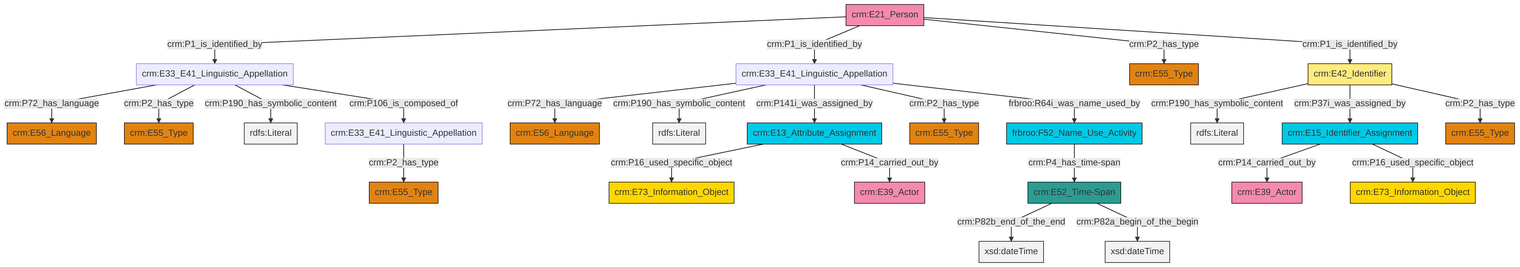
The Mermaid diagram et/personCSV/ttl/mmd/png/Person_Names_and_Classification.png in swiss-art-research-net/reference-data-models, before a commit. Its source is kept beside it as et/personCSV/ttl/mmd/Person_Names_and_Classification.ttl.mmd.
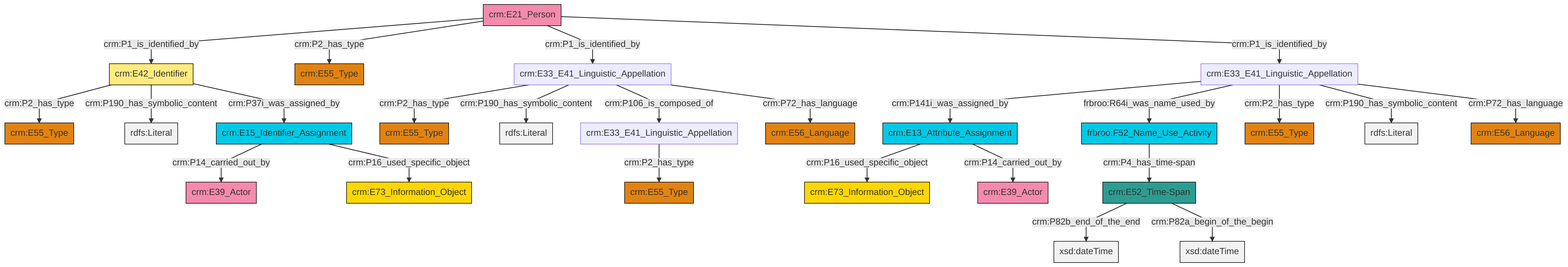
Later version of the same file.

Change to the diagram source:
```diff
@@ -13,27 +13,27 @@
 classDef PC_Classes fill:#4ce600, stroke:#000000;
 classDef Multi fill:#cccccc,stroke:#000000;
 
-0["crm:E33_E41_Linguistic_Appellation"]:::Default -->|crm:P72_has_language| 1["crm:E56_Language"]:::Type
-2["crm:E21_Person"]:::Actor -->|crm:P1_is_identified_by| 0["crm:E33_E41_Linguistic_Appellation"]:::Default
-3["crm:E33_E41_Linguistic_Appellation"]:::Default -->|crm:P2_has_type| 4["crm:E55_Type"]:::Type
-5["crm:E52_Time-Span"]:::Time-Span -->|crm:P82b_end_of_the_end| 6[xsd:dateTime]:::Literal
-2["crm:E21_Person"]:::Actor -->|crm:P1_is_identified_by| 8["crm:E33_E41_Linguistic_Appellation"]:::Default
-9["crm:E13_Attribute_Assignment"]:::Temporal_Entity -->|crm:P16_used_specific_object| 10["crm:E73_Information_Object"]:::Conceptual_Object
-0["crm:E33_E41_Linguistic_Appellation"]:::Default -->|crm:P2_has_type| 13["crm:E55_Type"]:::Type
-9["crm:E13_Attribute_Assignment"]:::Temporal_Entity -->|crm:P14_carried_out_by| 14["crm:E39_Actor"]:::Actor
-0["crm:E33_E41_Linguistic_Appellation"]:::Default -->|crm:P190_has_symbolic_content| 19[rdfs:Literal]:::Literal
-20["crm:E15_Identifier_Assignment"]:::Temporal_Entity -->|crm:P14_carried_out_by| 21["crm:E39_Actor"]:::Actor
-22["crm:E42_Identifier"]:::Appellation -->|crm:P190_has_symbolic_content| 23[rdfs:Literal]:::Literal
-0["crm:E33_E41_Linguistic_Appellation"]:::Default -->|crm:P106_is_composed_of| 3["crm:E33_E41_Linguistic_Appellation"]:::Default
-8["crm:E33_E41_Linguistic_Appellation"]:::Default -->|crm:P72_has_language| 27["crm:E56_Language"]:::Type
-8["crm:E33_E41_Linguistic_Appellation"]:::Default -->|crm:P190_has_symbolic_content| 29[rdfs:Literal]:::Literal
-22["crm:E42_Identifier"]:::Appellation -->|crm:P37i_was_assigned_by| 20["crm:E15_Identifier_Assignment"]:::Temporal_Entity
-2["crm:E21_Person"]:::Actor -->|crm:P2_has_type| 11["crm:E55_Type"]:::Type
-8["crm:E33_E41_Linguistic_Appellation"]:::Default -->|crm:P141i_was_assigned_by| 9["crm:E13_Attribute_Assignment"]:::Temporal_Entity
-2["crm:E21_Person"]:::Actor -->|crm:P1_is_identified_by| 22["crm:E42_Identifier"]:::Appellation
-8["crm:E33_E41_Linguistic_Appellation"]:::Default -->|crm:P2_has_type| 33["crm:E55_Type"]:::Type
-22["crm:E42_Identifier"]:::Appellation -->|crm:P2_has_type| 35["crm:E55_Type"]:::Type
-17["frbroo:F52_Name_Use_Activity"]:::Temporal_Entity -->|crm:P4_has_time-span| 5["crm:E52_Time-Span"]:::Time-Span
-8["crm:E33_E41_Linguistic_Appellation"]:::Default -->|frbroo:R64i_was_name_used_by| 17["frbroo:F52_Name_Use_Activity"]:::Temporal_Entity
-20["crm:E15_Identifier_Assignment"]:::Temporal_Entity -->|crm:P16_used_specific_object| 41["crm:E73_Information_Object"]:::Conceptual_Object
-5["crm:E52_Time-Span"]:::Time-Span -->|crm:P82a_begin_of_the_begin| 45[xsd:dateTime]:::Literal
+0["crm:E33_E41_Linguistic_Appellation"]:::Default -->|crm:P141i_was_assigned_by| 1["crm:E13_Attribute_Assignment"]:::Temporal_Entity
+4["crm:E15_Identifier_Assignment"]:::Temporal_Entity -->|crm:P14_carried_out_by| 5["crm:E39_Actor"]:::Actor
+6["crm:E21_Person"]:::Actor -->|crm:P1_is_identified_by| 7["crm:E42_Identifier"]:::Appellation
+7["crm:E42_Identifier"]:::Appellation -->|crm:P2_has_type| 8["crm:E55_Type"]:::Type
+0["crm:E33_E41_Linguistic_Appellation"]:::Default -->|frbroo:R64i_was_name_used_by| 9["frbroo:F52_Name_Use_Activity"]:::Temporal_Entity
+0["crm:E33_E41_Linguistic_Appellation"]:::Default -->|crm:P2_has_type| 10["crm:E55_Type"]:::Type
+7["crm:E42_Identifier"]:::Appellation -->|crm:P190_has_symbolic_content| 14[rdfs:Literal]:::Literal
+0["crm:E33_E41_Linguistic_Appellation"]:::Default -->|crm:P190_has_symbolic_content| 16[rdfs:Literal]:::Literal
+6["crm:E21_Person"]:::Actor -->|crm:P2_has_type| 2["crm:E55_Type"]:::Type
+9["frbroo:F52_Name_Use_Activity"]:::Temporal_Entity -->|crm:P4_has_time-span| 20["crm:E52_Time-Span"]:::Time-Span
+6["crm:E21_Person"]:::Actor -->|crm:P1_is_identified_by| 21["crm:E33_E41_Linguistic_Appellation"]:::Default
+7["crm:E42_Identifier"]:::Appellation -->|crm:P37i_was_assigned_by| 4["crm:E15_Identifier_Assignment"]:::Temporal_Entity
+21["crm:E33_E41_Linguistic_Appellation"]:::Default -->|crm:P2_has_type| 26["crm:E55_Type"]:::Type
+4["crm:E15_Identifier_Assignment"]:::Temporal_Entity -->|crm:P16_used_specific_object| 28["crm:E73_Information_Object"]:::Conceptual_Object
+21["crm:E33_E41_Linguistic_Appellation"]:::Default -->|crm:P190_has_symbolic_content| 32[rdfs:Literal]:::Literal
+1["crm:E13_Attribute_Assignment"]:::Temporal_Entity -->|crm:P16_used_specific_object| 18["crm:E73_Information_Object"]:::Conceptual_Object
+29["crm:E33_E41_Linguistic_Appellation"]:::Default -->|crm:P2_has_type| 22["crm:E55_Type"]:::Type
+20["crm:E52_Time-Span"]:::Time-Span -->|crm:P82b_end_of_the_end| 37[xsd:dateTime]:::Literal
+0["crm:E33_E41_Linguistic_Appellation"]:::Default -->|crm:P72_has_language| 12["crm:E56_Language"]:::Type
+6["crm:E21_Person"]:::Actor -->|crm:P1_is_identified_by| 0["crm:E33_E41_Linguistic_Appellation"]:::Default
+20["crm:E52_Time-Span"]:::Time-Span -->|crm:P82a_begin_of_the_begin| 40[xsd:dateTime]:::Literal
+21["crm:E33_E41_Linguistic_Appellation"]:::Default -->|crm:P106_is_composed_of| 29["crm:E33_E41_Linguistic_Appellation"]:::Default
+1["crm:E13_Attribute_Assignment"]:::Temporal_Entity -->|crm:P14_carried_out_by| 41["crm:E39_Actor"]:::Actor
+21["crm:E33_E41_Linguistic_Appellation"]:::Default -->|crm:P72_has_language| 24["crm:E56_Language"]:::Type
```
